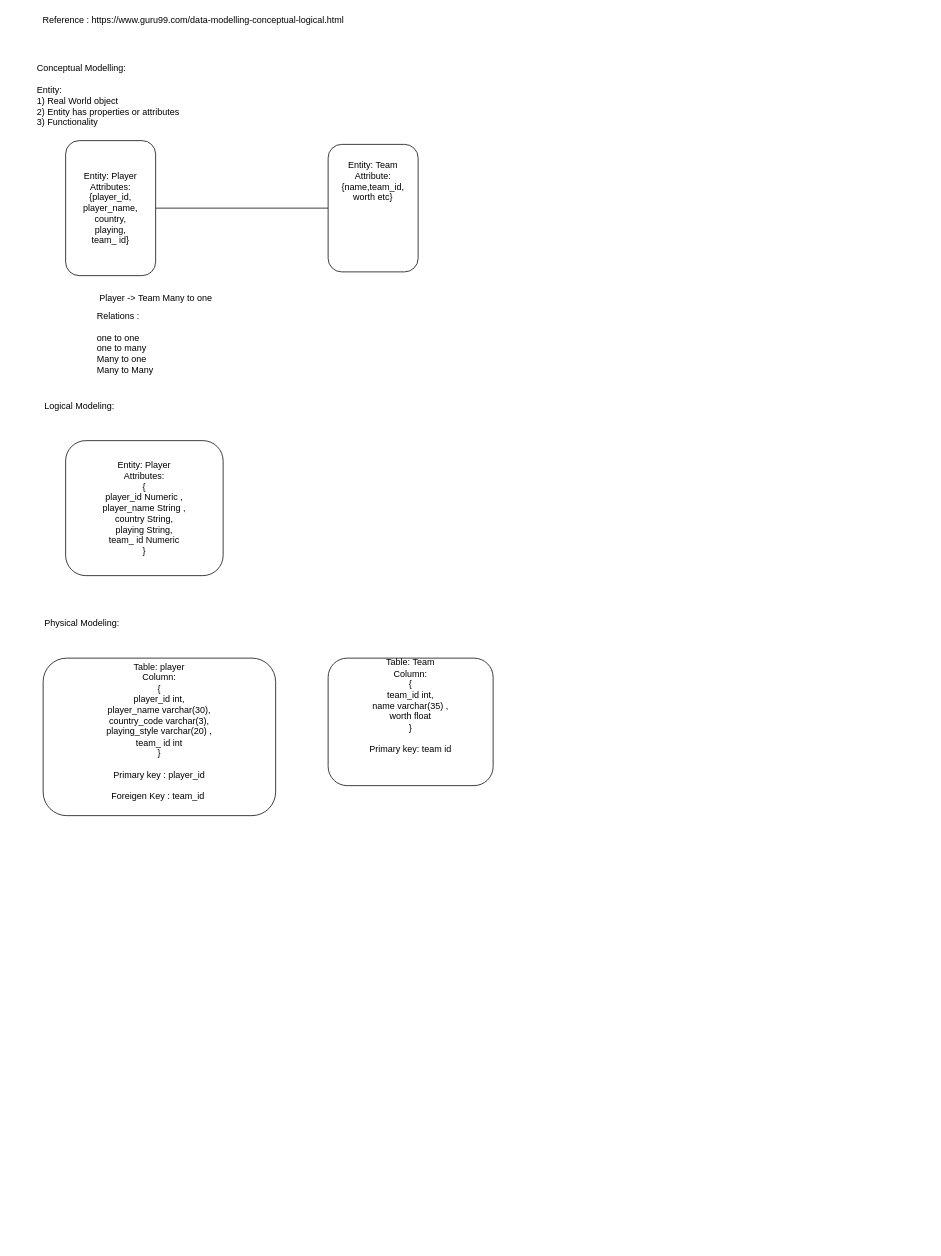
The draw.io diagram Untitled Diagram.drawio in lalitdutt/algo_learning, before the edit. Source tidied: cells renumbered, new cells numbered last; positions are measured from the earlier drawing's top-left corner, leaving out a move shared by most shapes. Both pictures are drawn from the tidied source at 75%, with x=0, y=0 at pixel (13, 13).
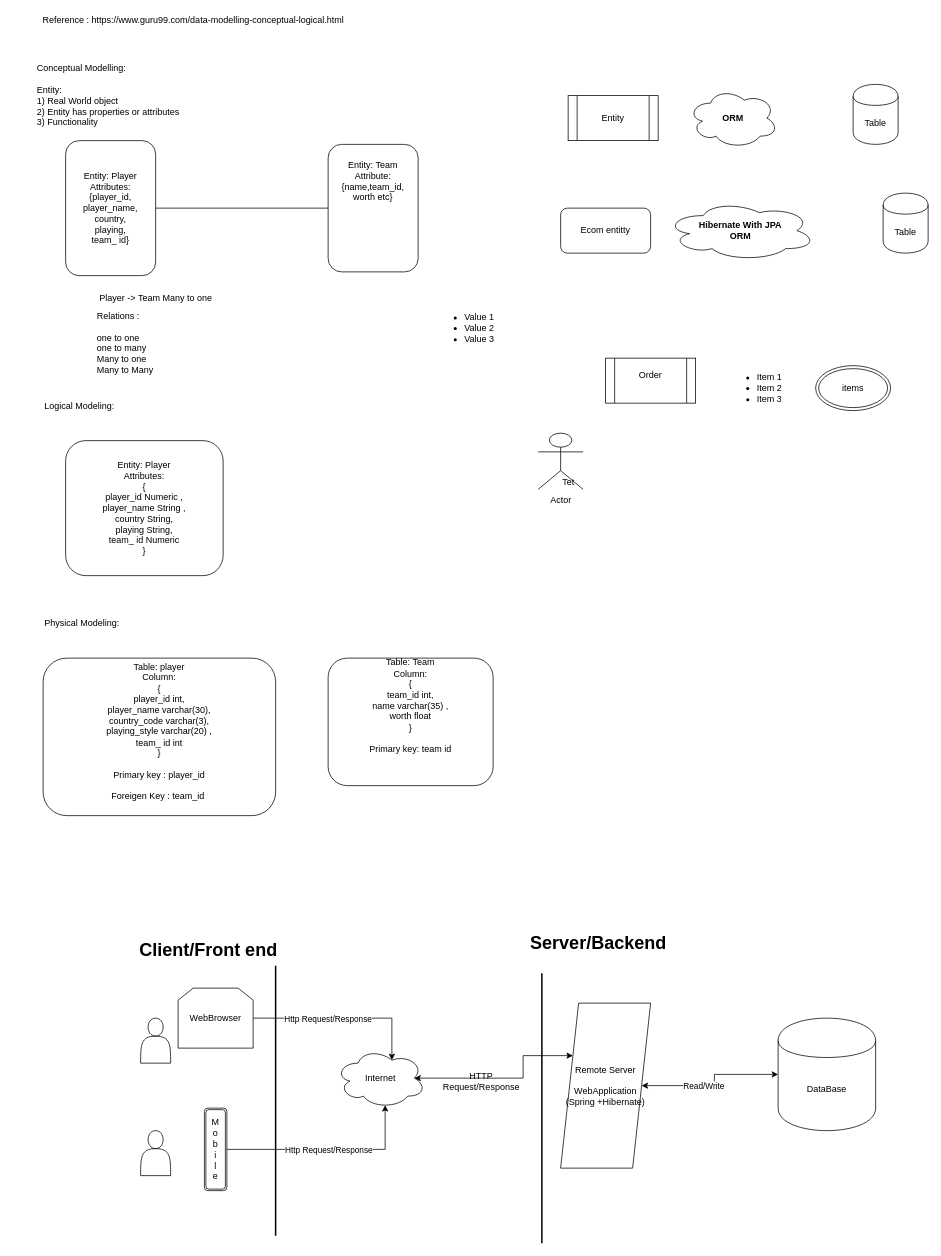
Above is the later version.

The edit, as a diff of the source:
```diff
@@
+    <mxCell id="14" value="Entity" style="shape=process;whiteSpace=wrap;html=1;backgroundOutline=1;" parent="1" vertex="1">
+      <mxGeometry x="740" y="110" width="120" height="60" as="geometry" />
+    </mxCell>
+    <mxCell id="15" value="Table" style="shape=cylinder;whiteSpace=wrap;html=1;boundedLbl=1;backgroundOutline=1;" parent="1" vertex="1">
+      <mxGeometry x="1120" y="95" width="60" height="80" as="geometry" />
+    </mxCell>
+    <mxCell id="16" value="ORM" style="ellipse;shape=cloud;whiteSpace=wrap;html=1;fontStyle=1;" parent="1" vertex="1">
+      <mxGeometry x="900" y="100" width="120" height="80" as="geometry" />
+    </mxCell>
+    <mxCell id="17" value="Ecom entitty" style="rounded=1;whiteSpace=wrap;html=1;" parent="1" vertex="1">
+      <mxGeometry x="730" y="260" width="120" height="60" as="geometry" />
+    </mxCell>
+    <mxCell id="18" value="Hibernate With JPA&lt;br&gt;&lt;div&gt;ORM&lt;/div&gt;" style="ellipse;shape=cloud;whiteSpace=wrap;html=1;fontStyle=1;" parent="1" vertex="1">
+      <mxGeometry x="870" y="250" width="200" height="80" as="geometry" />
+    </mxCell>
+    <mxCell id="19" value="Table" style="shape=cylinder;whiteSpace=wrap;html=1;boundedLbl=1;backgroundOutline=1;" parent="1" vertex="1">
+      <mxGeometry x="1160" y="240" width="60" height="80" as="geometry" />
+    </mxCell>
+    <mxCell id="20" value="Actor" style="shape=umlActor;verticalLabelPosition=bottom;labelBackgroundColor=#ffffff;verticalAlign=top;html=1;" parent="1" vertex="1">
+      <mxGeometry x="700" y="560" width="60" height="75" as="geometry" />
+    </mxCell>
+    <mxCell id="21" value="Tet" style="text;html=1;align=center;verticalAlign=middle;" parent="20" vertex="1">
+      <mxGeometry x="25" y="55" width="30" height="20" as="geometry" />
+    </mxCell>
+    <mxCell id="22" value="&lt;div&gt;Order&lt;/div&gt;&lt;div&gt;&lt;br&gt;&lt;/div&gt;" style="shape=process;whiteSpace=wrap;html=1;backgroundOutline=1;" parent="1" vertex="1">
+      <mxGeometry x="790" y="460" width="120" height="60" as="geometry" />
+    </mxCell>
+    <mxCell id="23" value="&lt;ul&gt;&lt;li&gt;Value 1&lt;/li&gt;&lt;li&gt;Value 2&lt;/li&gt;&lt;li&gt;Value 3&lt;/li&gt;&lt;/ul&gt;" style="text;strokeColor=none;fillColor=none;html=1;whiteSpace=wrap;verticalAlign=middle;overflow=hidden;" parent="1" vertex="1">
+      <mxGeometry x="560" y="380" width="100" height="80" as="geometry" />
+    </mxCell>
+    <mxCell id="24" value="&lt;ul&gt;&lt;li&gt;Item 1&lt;/li&gt;&lt;li&gt;Item 2&lt;/li&gt;&lt;li&gt;Item 3&lt;/li&gt;&lt;/ul&gt;" style="text;strokeColor=none;fillColor=none;html=1;whiteSpace=wrap;verticalAlign=middle;overflow=hidden;" parent="1" vertex="1">
+      <mxGeometry x="950" y="460" width="100" height="80" as="geometry" />
+    </mxCell>
+    <mxCell id="25" value="items" style="ellipse;shape=doubleEllipse;whiteSpace=wrap;html=1;" parent="1" vertex="1">
+      <mxGeometry x="1070" y="470" width="100" height="60" as="geometry" />
+    </mxCell>
+    <mxCell id="26" style="shape=actor;whiteSpace=wrap;html=1;" parent="1" vertex="1">
+      <mxGeometry x="170" y="1340" width="40" height="60" as="geometry" />
+    </mxCell>
+    <mxCell id="27" style="edgeStyle=orthogonalEdgeStyle;rounded=0;jettySize=auto;html=1;entryX=0;entryY=0.25;entryDx=0;entryDy=0;exitX=0.875;exitY=0.5;exitDx=0;exitDy=0;exitPerimeter=0;startArrow=classic;startFill=1;" parent="1" edge="1" source="28" target="42">
+      <mxGeometry relative="1" as="geometry">
+        <Array as="points">
+          <mxPoint x="680" y="1420" />
+          <mxPoint x="680" y="1390" />
+        </Array>
+      </mxGeometry>
+    </mxCell>
+    <mxCell id="28" value="Internet" style="ellipse;shape=cloud;whiteSpace=wrap;html=1;" parent="1" vertex="1">
+      <mxGeometry x="430" y="1380" width="120" height="80" as="geometry" />
+    </mxCell>
+    <mxCell id="29" style="edgeStyle=orthogonalEdgeStyle;rounded=0;jettySize=auto;html=1;entryX=0.625;entryY=0.2;entryDx=0;entryDy=0;entryPerimeter=0;" parent="1" edge="1" source="31" target="28">
+      <mxGeometry relative="1" as="geometry">
+        <Array as="points">
+          <mxPoint x="505" y="1340" />
+        </Array>
+      </mxGeometry>
+    </mxCell>
+    <mxCell id="30" value="Http Request/Response" style="edgeLabel;html=1;align=center;verticalAlign=middle;" parent="29" vertex="1">
+      <mxGeometry x="-0.15" y="3" relative="1" as="geometry">
+        <mxPoint x="-3" y="3" as="offset" />
+      </mxGeometry>
+    </mxCell>
+    <mxCell id="31" value="WebBrowser" style="shape=loopLimit;whiteSpace=wrap;html=1;" parent="1" vertex="1">
+      <mxGeometry x="220" y="1300" width="100" height="80" as="geometry" />
+    </mxCell>
+    <mxCell id="32" style="shape=actor;whiteSpace=wrap;html=1;" parent="1" vertex="1">
+      <mxGeometry x="170" y="1490" width="40" height="60" as="geometry" />
+    </mxCell>
+    <mxCell id="33" style="edgeStyle=orthogonalEdgeStyle;rounded=0;jettySize=auto;html=1;entryX=0.55;entryY=0.95;entryDx=0;entryDy=0;entryPerimeter=0;" parent="1" edge="1" source="35" target="28">
+      <mxGeometry relative="1" as="geometry">
+        <Array as="points">
+          <mxPoint x="496" y="1515" />
+        </Array>
+      </mxGeometry>
+    </mxCell>
+    <mxCell id="34" value="Http Request/Response" style="edgeLabel;html=1;align=center;verticalAlign=middle;" parent="33" vertex="1">
+      <mxGeometry x="-0.1" y="-2" relative="1" as="geometry">
+        <mxPoint x="13" y="-2" as="offset" />
+      </mxGeometry>
+    </mxCell>
+    <mxCell id="35" value="&lt;div&gt;M&lt;/div&gt;&lt;div&gt;o&lt;/div&gt;&lt;div&gt;b&lt;/div&gt;&lt;div&gt;i&lt;/div&gt;&lt;div&gt;l&lt;/div&gt;&lt;div&gt;e&lt;/div&gt;" style="shape=ext;double=1;rounded=1;whiteSpace=wrap;html=1;" parent="1" vertex="1">
+      <mxGeometry x="255" y="1460" width="30" height="110" as="geometry" />
+    </mxCell>
+    <mxCell id="36" style="line;strokeWidth=2;direction=south;html=1;" parent="1" vertex="1">
+      <mxGeometry x="345" y="1270" width="10" height="360" as="geometry" />
+    </mxCell>
+    <mxCell id="37" value="Client/Front end" style="text;strokeColor=none;fillColor=none;html=1;fontSize=24;fontStyle=1;verticalAlign=middle;align=center;" parent="1" vertex="1">
+      <mxGeometry x="210" y="1230" width="100" height="40" as="geometry" />
+    </mxCell>
+    <mxCell id="38" style="line;strokeWidth=2;direction=south;html=1;" parent="1" vertex="1">
+      <mxGeometry x="700" y="1280" width="10" height="360" as="geometry" />
+    </mxCell>
+    <mxCell id="39" value="Server/Backend" style="text;strokeColor=none;fillColor=none;html=1;fontSize=24;fontStyle=1;verticalAlign=middle;align=center;" parent="1" vertex="1">
+      <mxGeometry x="730" y="1220" width="100" height="40" as="geometry" />
+    </mxCell>
+    <mxCell id="40" style="edgeStyle=orthogonalEdgeStyle;rounded=0;jettySize=auto;html=1;entryX=0;entryY=0.5;entryDx=0;entryDy=0;startArrow=classic;startFill=1;" parent="1" edge="1" source="42" target="43">
+      <mxGeometry relative="1" as="geometry" />
+    </mxCell>
+    <mxCell id="41" value="Read/Write" style="edgeLabel;html=1;align=center;verticalAlign=middle;" parent="40" vertex="1">
+      <mxGeometry x="-0.03" y="-5" relative="1" as="geometry">
+        <mxPoint x="-14" y="-5" as="offset" />
+      </mxGeometry>
+    </mxCell>
+    <mxCell id="42" value="&lt;div&gt;Remote Server&lt;/div&gt;&lt;div&gt;&lt;br&gt;&lt;/div&gt;&lt;div&gt;WebApplication&lt;/div&gt;&lt;div&gt;(Spring +Hibernate)&lt;br&gt;&lt;/div&gt;" style="shape=parallelogram;perimeter=parallelogramPerimeter;whiteSpace=wrap;html=1;" parent="1" vertex="1">
+      <mxGeometry x="730" y="1320" width="120" height="220" as="geometry" />
+    </mxCell>
+    <mxCell id="43" value="DataBase" style="shape=cylinder;whiteSpace=wrap;html=1;boundedLbl=1;backgroundOutline=1;" parent="1" vertex="1">
+      <mxGeometry x="1020" y="1340" width="130" height="150" as="geometry" />
+    </mxCell>
+    <mxCell id="44" value="&lt;div&gt;HTTP&lt;/div&gt;&lt;div&gt;Request/Response&lt;/div&gt;" style="text;html=1;align=center;verticalAlign=middle;" parent="1" vertex="1">
+      <mxGeometry x="559" y="1409" width="130" height="30" as="geometry" />
+    </mxCell>
```
